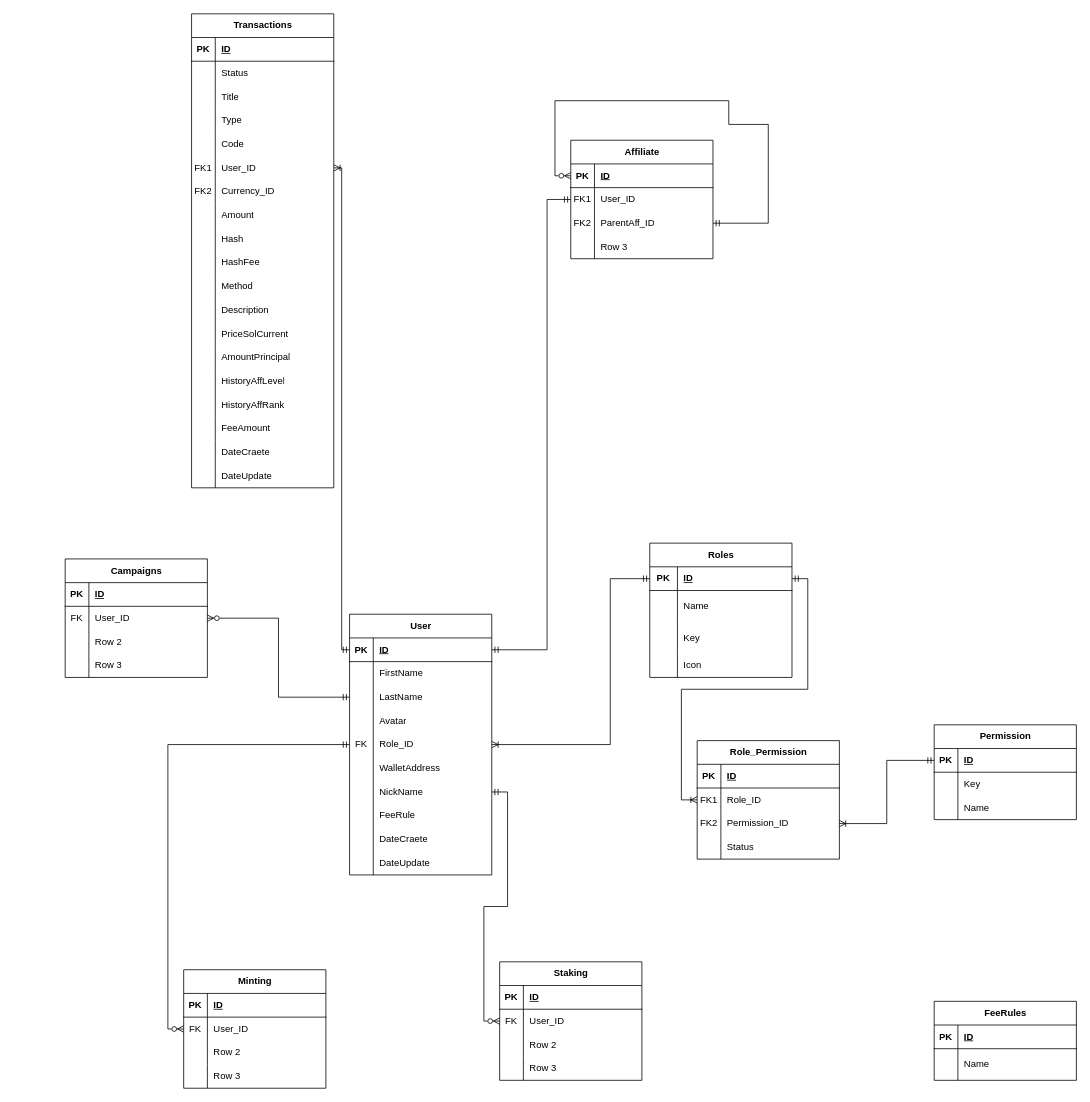
This is Untitled Diagram.drawio from minh352623/amadeus_getway_api_nest, a draw.io file, before an edit. Source tidied: cells renumbered, new cells numbered last; positions are measured from the earlier drawing's top-left corner, leaving out a move shared by most shapes. Both pictures are drawn from the tidied source at 79%, with x=0, y=0 at pixel (65, 13).
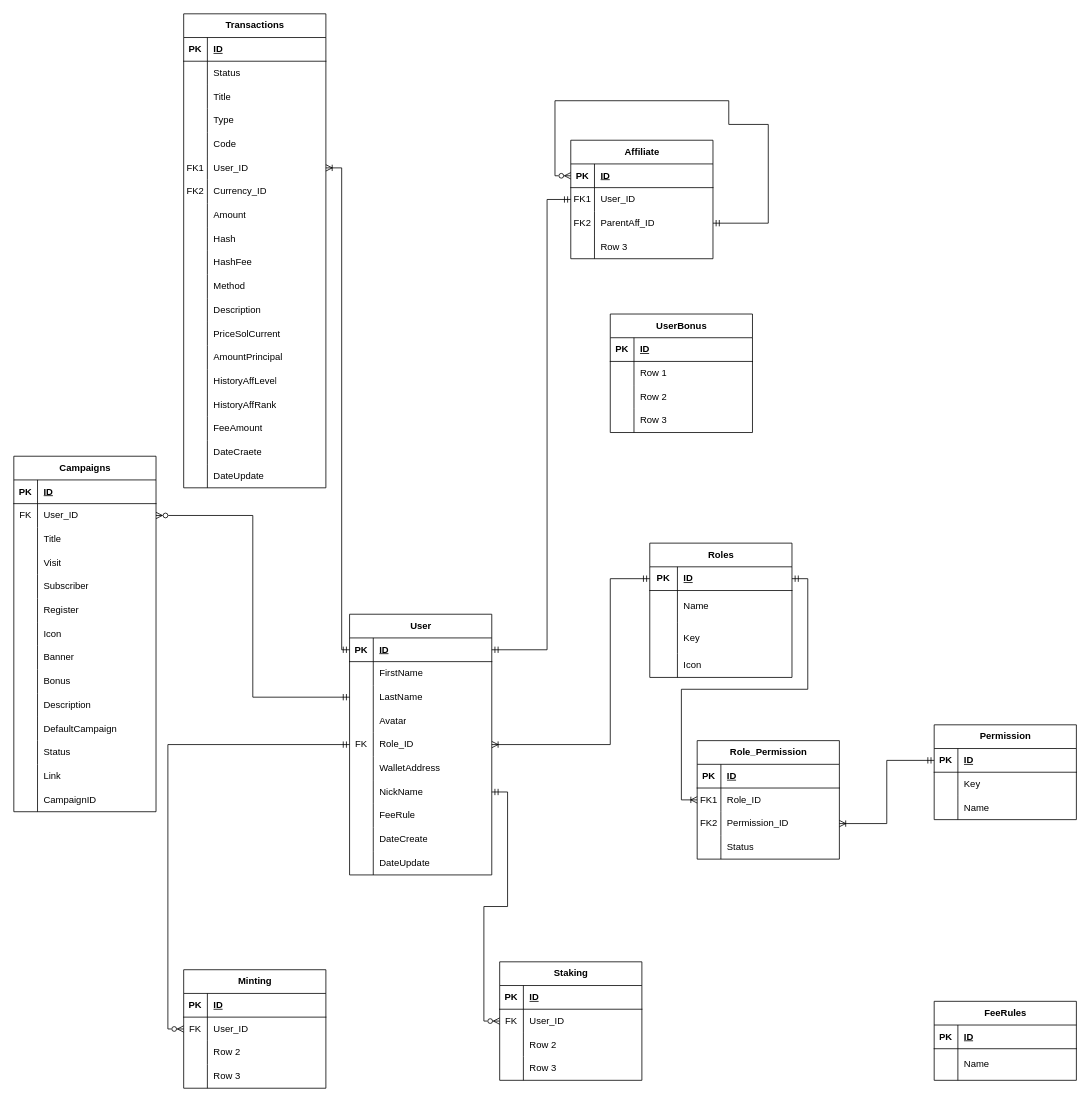
After the change.

The change refers to these unchanged cells:
```xml
<mxCell id="28" style="shape=tableRow;horizontal=0;startSize=0;swimlaneHead=0;swimlaneBody=0;fillColor=none;top=0;left=0;right=0;bottom=0;" parent="3" vertex="1">
  <mxGeometry y="270" width="180" height="30" as="geometry" />
</mxCell>
<mxCell id="145" style="shape=tableRow;horizontal=0;startSize=0;swimlaneHead=0;swimlaneBody=0;fillColor=none;top=0;left=0;right=0;bottom=0;" parent="138" vertex="1">
  <mxGeometry y="90" width="180" height="30" as="geometry" />
</mxCell>
<mxCell id="148" style="shape=tableRow;horizontal=0;startSize=0;swimlaneHead=0;swimlaneBody=0;fillColor=none;top=0;left=0;right=0;bottom=0;" parent="138" vertex="1">
  <mxGeometry y="120" width="180" height="30" as="geometry" />
</mxCell>
```

Change to the diagram source:
```diff
@@
-    <mxCell id="30" value="DateCraete" style="shape=partialRectangle;fillColor=none;top=0;left=0;bottom=0;right=0;align=left;spacingLeft=6;overflow=hidden;whiteSpace=wrap;html=1;" parent="28" vertex="1">
+    <mxCell id="30" value="DateCreate" style="shape=partialRectangle;fillColor=none;top=0;left=0;bottom=0;right=0;align=left;spacingLeft=6;overflow=hidden;whiteSpace=wrap;html=1;" parent="28" vertex="1">
       <mxGeometry x="30" width="150" height="30" as="geometry" />
     </mxCell>
@@
     <mxCell id="54" value="Transactions" style="shape=table;startSize=30;childLayout=tableLayout;rowLines=0;fontStyle=1;align=center;html=1;" parent="1" vertex="1">
-      <mxGeometry x="160" width="180" height="600" as="geometry" />
+      <mxGeometry x="150" width="180" height="600" as="geometry" />
     </mxCell>
@@
     <mxCell id="138" value="Campaigns" style="shape=table;startSize=30;childLayout=tableLayout;rowLines=0;fontStyle=1;align=center;html=1;" parent="1" vertex="1">
-      <mxGeometry y="690" width="180" height="150" as="geometry" />
+      <mxGeometry x="-65" y="560" width="180" height="450" as="geometry" />
     </mxCell>
@@
-    <mxCell id="147" value="Row 2" style="shape=partialRectangle;fillColor=none;top=0;left=0;bottom=0;right=0;align=left;spacingLeft=6;overflow=hidden;whiteSpace=wrap;html=1;" parent="145" vertex="1">
+    <mxCell id="147" value="Title" style="shape=partialRectangle;fillColor=none;top=0;left=0;bottom=0;right=0;align=left;spacingLeft=6;overflow=hidden;whiteSpace=wrap;html=1;" parent="145" vertex="1">
       <mxGeometry x="30" width="150" height="30" as="geometry" />
     </mxCell>
@@
-    <mxCell id="150" value="Row 3" style="shape=partialRectangle;fillColor=none;top=0;left=0;bottom=0;right=0;align=left;spacingLeft=6;overflow=hidden;whiteSpace=wrap;html=1;" parent="148" vertex="1">
+    <mxCell id="150" value="Visit" style="shape=partialRectangle;fillColor=none;top=0;left=0;bottom=0;right=0;align=left;spacingLeft=6;overflow=hidden;whiteSpace=wrap;html=1;" parent="148" vertex="1">
       <mxGeometry x="30" width="150" height="30" as="geometry" />
     </mxCell>
+    <mxCell id="195" style="shape=tableRow;horizontal=0;startSize=0;swimlaneHead=0;swimlaneBody=0;fillColor=none;top=0;left=0;right=0;bottom=0;" parent="138" vertex="1">
+      <mxGeometry y="150" width="180" height="30" as="geometry" />
+    </mxCell>
+    <mxCell id="196" style="shape=partialRectangle;fillColor=none;top=0;left=0;bottom=0;right=0;overflow=hidden;whiteSpace=wrap;html=1;" parent="195" vertex="1">
+      <mxGeometry width="30" height="30" as="geometry" />
+    </mxCell>
+    <mxCell id="197" value="Subscriber" style="shape=partialRectangle;fillColor=none;top=0;left=0;bottom=0;right=0;align=left;spacingLeft=6;overflow=hidden;whiteSpace=wrap;html=1;" parent="195" vertex="1">
+      <mxGeometry x="30" width="150" height="30" as="geometry" />
+    </mxCell>
+    <mxCell id="198" style="shape=tableRow;horizontal=0;startSize=0;swimlaneHead=0;swimlaneBody=0;fillColor=none;top=0;left=0;right=0;bottom=0;" parent="138" vertex="1">
+      <mxGeometry y="180" width="180" height="30" as="geometry" />
+    </mxCell>
+    <mxCell id="199" style="shape=partialRectangle;fillColor=none;top=0;left=0;bottom=0;right=0;overflow=hidden;whiteSpace=wrap;html=1;" parent="198" vertex="1">
+      <mxGeometry width="30" height="30" as="geometry" />
+    </mxCell>
+    <mxCell id="200" value="Register" style="shape=partialRectangle;fillColor=none;top=0;left=0;bottom=0;right=0;align=left;spacingLeft=6;overflow=hidden;whiteSpace=wrap;html=1;" parent="198" vertex="1">
+      <mxGeometry x="30" width="150" height="30" as="geometry" />
+    </mxCell>
+    <mxCell id="201" style="shape=tableRow;horizontal=0;startSize=0;swimlaneHead=0;swimlaneBody=0;fillColor=none;top=0;left=0;right=0;bottom=0;" parent="138" vertex="1">
+      <mxGeometry y="210" width="180" height="30" as="geometry" />
+    </mxCell>
+    <mxCell id="202" style="shape=partialRectangle;fillColor=none;top=0;left=0;bottom=0;right=0;overflow=hidden;whiteSpace=wrap;html=1;" parent="201" vertex="1">
+      <mxGeometry width="30" height="30" as="geometry" />
+    </mxCell>
+    <mxCell id="203" value="Icon" style="shape=partialRectangle;fillColor=none;top=0;left=0;bottom=0;right=0;align=left;spacingLeft=6;overflow=hidden;whiteSpace=wrap;html=1;" parent="201" vertex="1">
+      <mxGeometry x="30" width="150" height="30" as="geometry" />
+    </mxCell>
+    <mxCell id="204" style="shape=tableRow;horizontal=0;startSize=0;swimlaneHead=0;swimlaneBody=0;fillColor=none;top=0;left=0;right=0;bottom=0;" parent="138" vertex="1">
+      <mxGeometry y="240" width="180" height="30" as="geometry" />
+    </mxCell>
+    <mxCell id="205" style="shape=partialRectangle;fillColor=none;top=0;left=0;bottom=0;right=0;overflow=hidden;whiteSpace=wrap;html=1;" parent="204" vertex="1">
+      <mxGeometry width="30" height="30" as="geometry" />
+    </mxCell>
+    <mxCell id="206" value="Banner" style="shape=partialRectangle;fillColor=none;top=0;left=0;bottom=0;right=0;align=left;spacingLeft=6;overflow=hidden;whiteSpace=wrap;html=1;" parent="204" vertex="1">
+      <mxGeometry x="30" width="150" height="30" as="geometry" />
+    </mxCell>
+    <mxCell id="207" style="shape=tableRow;horizontal=0;startSize=0;swimlaneHead=0;swimlaneBody=0;fillColor=none;top=0;left=0;right=0;bottom=0;" parent="138" vertex="1">
+      <mxGeometry y="270" width="180" height="30" as="geometry" />
+    </mxCell>
+    <mxCell id="208" style="shape=partialRectangle;fillColor=none;top=0;left=0;bottom=0;right=0;overflow=hidden;whiteSpace=wrap;html=1;" parent="207" vertex="1">
+      <mxGeometry width="30" height="30" as="geometry" />
+    </mxCell>
+    <mxCell id="209" value="Bonus" style="shape=partialRectangle;fillColor=none;top=0;left=0;bottom=0;right=0;align=left;spacingLeft=6;overflow=hidden;whiteSpace=wrap;html=1;" parent="207" vertex="1">
+      <mxGeometry x="30" width="150" height="30" as="geometry" />
+    </mxCell>
+    <mxCell id="210" style="shape=tableRow;horizontal=0;startSize=0;swimlaneHead=0;swimlaneBody=0;fillColor=none;top=0;left=0;right=0;bottom=0;" parent="138" vertex="1">
+      <mxGeometry y="300" width="180" height="30" as="geometry" />
+    </mxCell>
+    <mxCell id="211" style="shape=partialRectangle;fillColor=none;top=0;left=0;bottom=0;right=0;overflow=hidden;whiteSpace=wrap;html=1;" parent="210" vertex="1">
+      <mxGeometry width="30" height="30" as="geometry" />
+    </mxCell>
+    <mxCell id="212" value="Description" style="shape=partialRectangle;fillColor=none;top=0;left=0;bottom=0;right=0;align=left;spacingLeft=6;overflow=hidden;whiteSpace=wrap;html=1;" parent="210" vertex="1">
+      <mxGeometry x="30" width="150" height="30" as="geometry" />
+    </mxCell>
+    <mxCell id="213" style="shape=tableRow;horizontal=0;startSize=0;swimlaneHead=0;swimlaneBody=0;fillColor=none;top=0;left=0;right=0;bottom=0;" parent="138" vertex="1">
+      <mxGeometry y="330" width="180" height="30" as="geometry" />
+    </mxCell>
+    <mxCell id="214" style="shape=partialRectangle;fillColor=none;top=0;left=0;bottom=0;right=0;overflow=hidden;whiteSpace=wrap;html=1;" parent="213" vertex="1">
+      <mxGeometry width="30" height="30" as="geometry" />
+    </mxCell>
+    <mxCell id="215" value="DefaultCampaign" style="shape=partialRectangle;fillColor=none;top=0;left=0;bottom=0;right=0;align=left;spacingLeft=6;overflow=hidden;whiteSpace=wrap;html=1;" parent="213" vertex="1">
+      <mxGeometry x="30" width="150" height="30" as="geometry" />
+    </mxCell>
+    <mxCell id="216" style="shape=tableRow;horizontal=0;startSize=0;swimlaneHead=0;swimlaneBody=0;fillColor=none;top=0;left=0;right=0;bottom=0;" parent="138" vertex="1">
+      <mxGeometry y="360" width="180" height="30" as="geometry" />
+    </mxCell>
+    <mxCell id="217" style="shape=partialRectangle;fillColor=none;top=0;left=0;bottom=0;right=0;overflow=hidden;whiteSpace=wrap;html=1;" parent="216" vertex="1">
+      <mxGeometry width="30" height="30" as="geometry" />
+    </mxCell>
+    <mxCell id="218" value="Status" style="shape=partialRectangle;fillColor=none;top=0;left=0;bottom=0;right=0;align=left;spacingLeft=6;overflow=hidden;whiteSpace=wrap;html=1;" parent="216" vertex="1">
+      <mxGeometry x="30" width="150" height="30" as="geometry" />
+    </mxCell>
+    <mxCell id="219" style="shape=tableRow;horizontal=0;startSize=0;swimlaneHead=0;swimlaneBody=0;fillColor=none;top=0;left=0;right=0;bottom=0;" parent="138" vertex="1">
+      <mxGeometry y="390" width="180" height="30" as="geometry" />
+    </mxCell>
+    <mxCell id="220" style="shape=partialRectangle;fillColor=none;top=0;left=0;bottom=0;right=0;overflow=hidden;whiteSpace=wrap;html=1;" parent="219" vertex="1">
+      <mxGeometry width="30" height="30" as="geometry" />
+    </mxCell>
+    <mxCell id="221" value="Link" style="shape=partialRectangle;fillColor=none;top=0;left=0;bottom=0;right=0;align=left;spacingLeft=6;overflow=hidden;whiteSpace=wrap;html=1;" parent="219" vertex="1">
+      <mxGeometry x="30" width="150" height="30" as="geometry" />
+    </mxCell>
+    <mxCell id="222" style="shape=tableRow;horizontal=0;startSize=0;swimlaneHead=0;swimlaneBody=0;fillColor=none;top=0;left=0;right=0;bottom=0;" parent="138" vertex="1">
+      <mxGeometry y="420" width="180" height="30" as="geometry" />
+    </mxCell>
+    <mxCell id="223" style="shape=partialRectangle;fillColor=none;top=0;left=0;bottom=0;right=0;overflow=hidden;whiteSpace=wrap;html=1;" parent="222" vertex="1">
+      <mxGeometry width="30" height="30" as="geometry" />
+    </mxCell>
+    <mxCell id="224" value="CampaignID" style="shape=partialRectangle;fillColor=none;top=0;left=0;bottom=0;right=0;align=left;spacingLeft=6;overflow=hidden;whiteSpace=wrap;html=1;" parent="222" vertex="1">
+      <mxGeometry x="30" width="150" height="30" as="geometry" />
+    </mxCell>
@@
+    <mxCell id="225" value="UserBonus" style="shape=table;startSize=30;childLayout=tableLayout;rowLines=0;fontStyle=1;align=center;html=1;" parent="1" vertex="1">
+      <mxGeometry x="690" y="380" width="180" height="150" as="geometry" />
+    </mxCell>
+    <mxCell id="226" style="shape=tableRow;horizontal=0;startSize=0;swimlaneHead=0;swimlaneBody=0;fillColor=none;top=0;left=0;right=0;bottom=1;" parent="225" vertex="1">
+      <mxGeometry y="30" width="180" height="30" as="geometry" />
+    </mxCell>
+    <mxCell id="227" value="PK" style="shape=partialRectangle;fillColor=none;top=0;left=0;bottom=0;right=0;fontStyle=1;overflow=hidden;whiteSpace=wrap;html=1;" parent="226" vertex="1">
+      <mxGeometry width="30" height="30" as="geometry" />
+    </mxCell>
+    <mxCell id="228" value="ID" style="shape=partialRectangle;fillColor=none;top=0;left=0;bottom=0;right=0;align=left;spacingLeft=6;fontStyle=5;overflow=hidden;whiteSpace=wrap;html=1;" parent="226" vertex="1">
+      <mxGeometry x="30" width="150" height="30" as="geometry" />
+    </mxCell>
+    <mxCell id="229" style="shape=tableRow;horizontal=0;startSize=0;swimlaneHead=0;swimlaneBody=0;fillColor=none;top=0;left=0;right=0;bottom=0;" parent="225" vertex="1">
+      <mxGeometry y="60" width="180" height="30" as="geometry" />
+    </mxCell>
+    <mxCell id="230" style="shape=partialRectangle;fillColor=none;top=0;left=0;bottom=0;right=0;overflow=hidden;whiteSpace=wrap;html=1;" parent="229" vertex="1">
+      <mxGeometry width="30" height="30" as="geometry" />
+    </mxCell>
+    <mxCell id="231" value="Row 1" style="shape=partialRectangle;fillColor=none;top=0;left=0;bottom=0;right=0;align=left;spacingLeft=6;overflow=hidden;whiteSpace=wrap;html=1;" parent="229" vertex="1">
+      <mxGeometry x="30" width="150" height="30" as="geometry" />
+    </mxCell>
+    <mxCell id="232" style="shape=tableRow;horizontal=0;startSize=0;swimlaneHead=0;swimlaneBody=0;fillColor=none;top=0;left=0;right=0;bottom=0;" parent="225" vertex="1">
+      <mxGeometry y="90" width="180" height="30" as="geometry" />
+    </mxCell>
+    <mxCell id="233" style="shape=partialRectangle;fillColor=none;top=0;left=0;bottom=0;right=0;overflow=hidden;whiteSpace=wrap;html=1;" parent="232" vertex="1">
+      <mxGeometry width="30" height="30" as="geometry" />
+    </mxCell>
+    <mxCell id="234" value="Row 2" style="shape=partialRectangle;fillColor=none;top=0;left=0;bottom=0;right=0;align=left;spacingLeft=6;overflow=hidden;whiteSpace=wrap;html=1;" parent="232" vertex="1">
+      <mxGeometry x="30" width="150" height="30" as="geometry" />
+    </mxCell>
+    <mxCell id="235" style="shape=tableRow;horizontal=0;startSize=0;swimlaneHead=0;swimlaneBody=0;fillColor=none;top=0;left=0;right=0;bottom=0;" parent="225" vertex="1">
+      <mxGeometry y="120" width="180" height="30" as="geometry" />
+    </mxCell>
+    <mxCell id="236" style="shape=partialRectangle;fillColor=none;top=0;left=0;bottom=0;right=0;overflow=hidden;whiteSpace=wrap;html=1;" parent="235" vertex="1">
+      <mxGeometry width="30" height="30" as="geometry" />
+    </mxCell>
+    <mxCell id="237" value="Row 3" style="shape=partialRectangle;fillColor=none;top=0;left=0;bottom=0;right=0;align=left;spacingLeft=6;overflow=hidden;whiteSpace=wrap;html=1;" parent="235" vertex="1">
+      <mxGeometry x="30" width="150" height="30" as="geometry" />
+    </mxCell>
```
